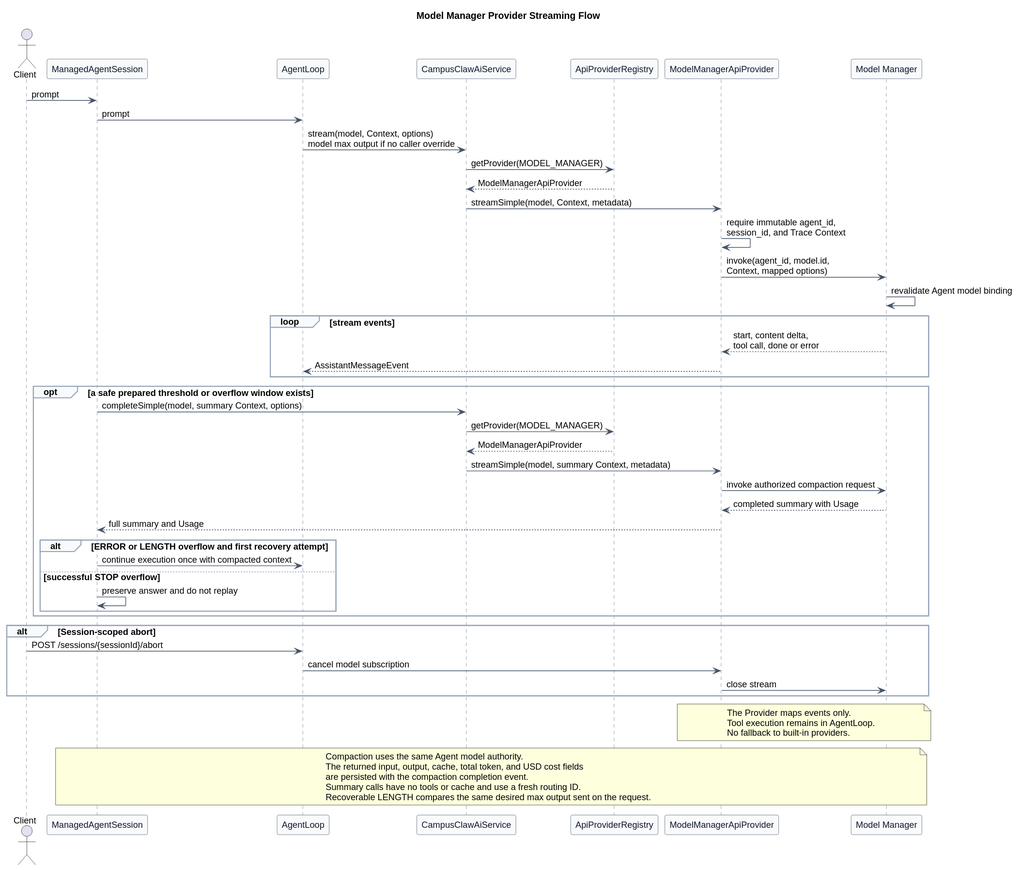
Above: 01-总体架构/01-CampusClaw多Agent运行时/设计图/模型管理/model_manager_streaming_flow.svg in ssm0808/pi-mono-java-design (PlantUML), before the change.
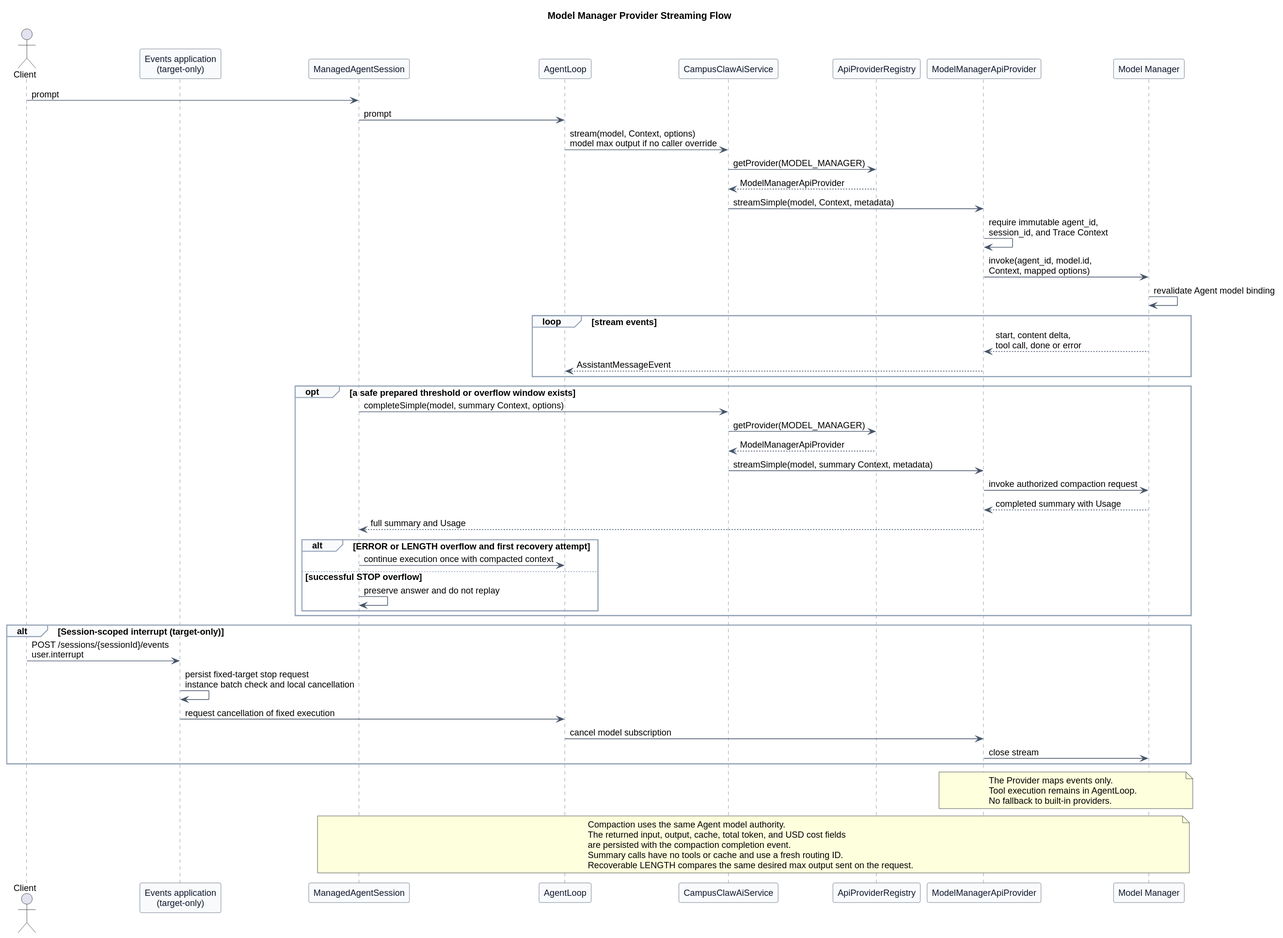
After the change.

What changed in the source:
```diff
@@ -20,6 +20,7 @@
 }
 
 actor Client
+participant "Events application\n(target-only)" as Events
 participant "ManagedAgentSession" as Session
 participant "AgentLoop" as Loop
 participant "CampusClawAiService" as AiService
@@ -57,11 +58,14 @@
   end
 end
 
-alt Session-scoped abort
-  Client -> Loop : POST /sessions/{sessionId}/abort
+alt Session-scoped interrupt (target-only)
+  Client -> Events : POST /sessions/{sessionId}/events\nuser.interrupt
+  Events -> Events : persist fixed-target stop request\ninstance batch check and local cancellation
+  Events -> Loop : request cancellation of fixed execution
   Loop -> Provider : cancel model subscription
   Provider -> ModelManager : close stream
 end
+
 
 note over Provider,ModelManager
 The Provider maps events only.
```
